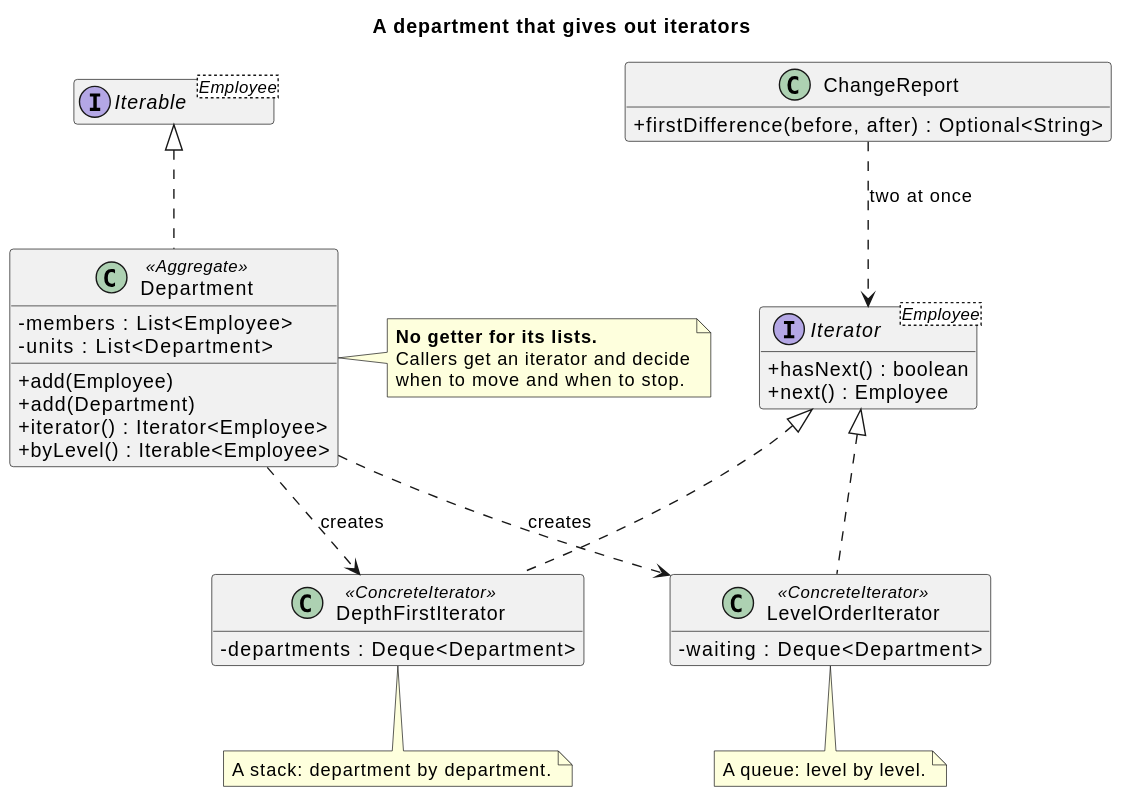
Earlier version of the PlantUML export src/main/java/dev/kaldiroglu/dp/behavioral/iterator/orgchart/uml/Iterator - Org Chart (Solution) - Class Diagram.svg (kaldiroglu/DesignPatternsWithJava).
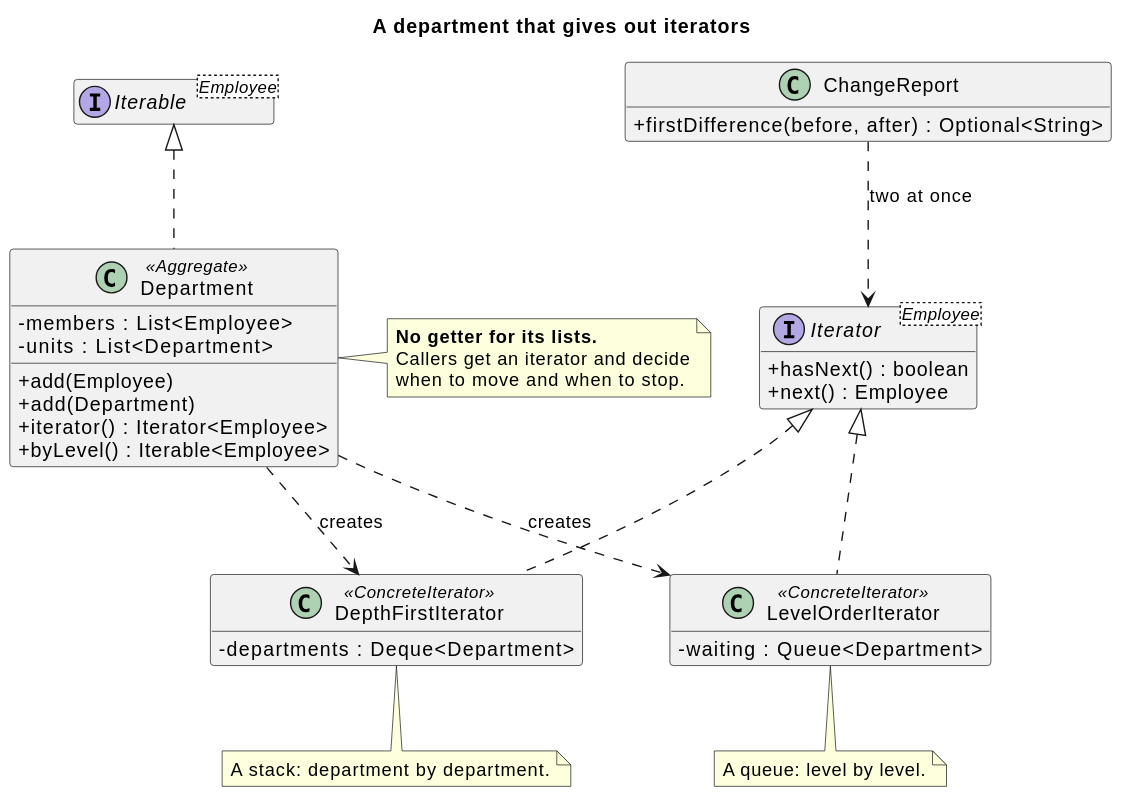
After the change.

Commit message:
Iterator orgchart: the class diagram shows LevelOrderIterator's waiting line as a Queue

The edit, as a diff of the source:
```diff
@@ -20,7 +20,7 @@
   - departments : Deque<Department>
 }
 class LevelOrderIterator <<ConcreteIterator>> {
-  - waiting : Deque<Department>
+  - waiting : Queue<Department>
 }
 class ChangeReport {
   + firstDifference(before, after) : Optional<String>
```
